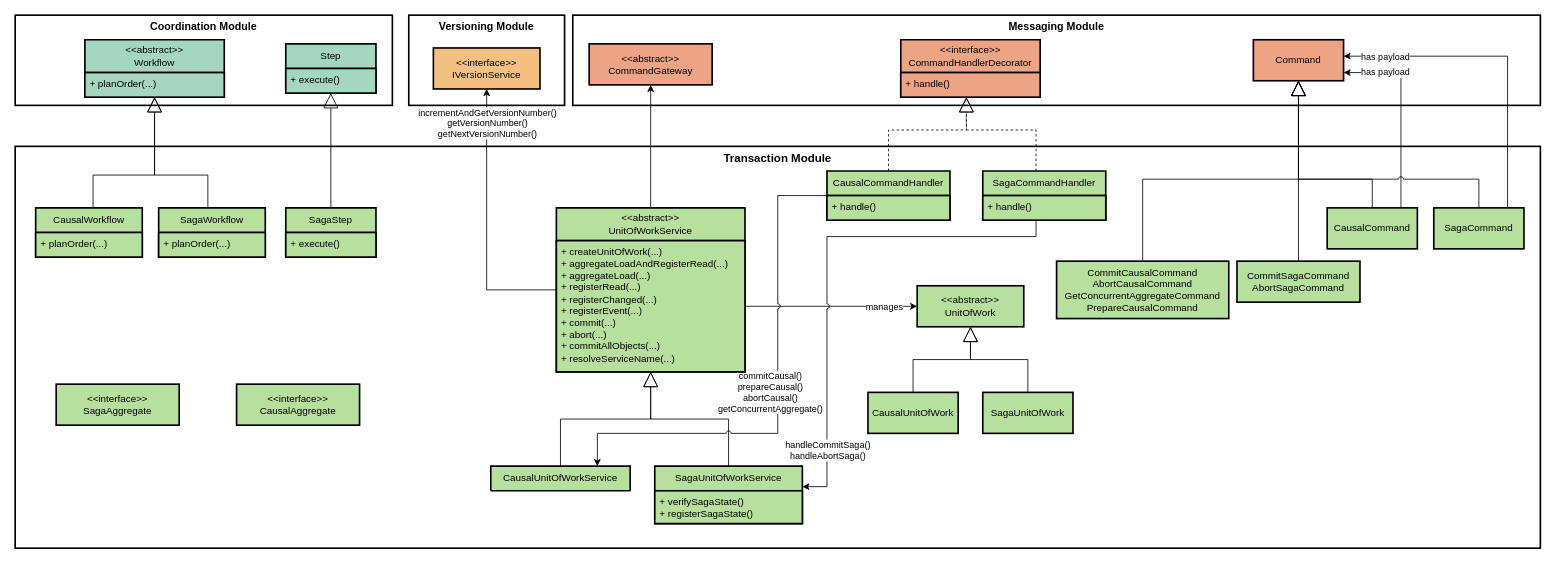
Before: data/figs/architecture/layers/layers_transaction_v2.drawio in socialsoftware/microservices-simulator, a draw.io diagram. Source tidied: cells renumbered, new cells numbered last; positions are measured from the earlier drawing's top-left corner, leaving out a move shared by most shapes. Both pictures are drawn from the tidied source at 82%, with x=0, y=0 at pixel (15, 15).
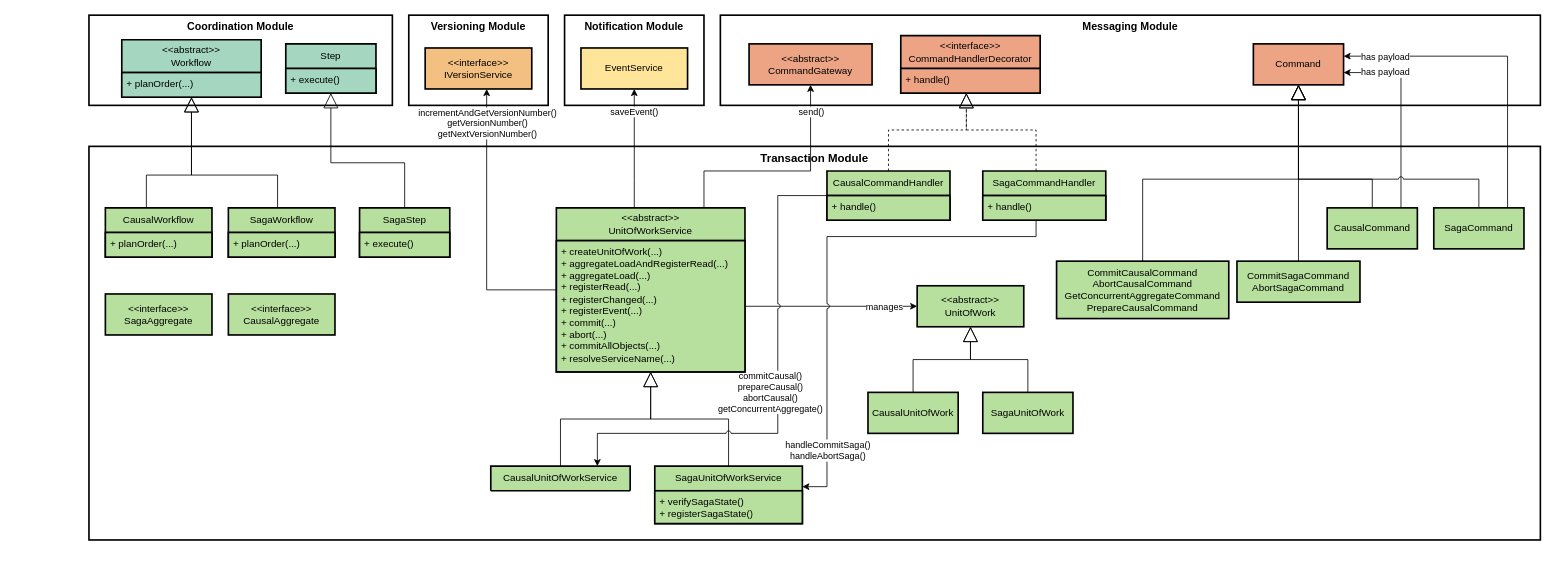
The same diagram, later.

The change refers to these unchanged cells:
```xml
<mxCell id="38" value="&amp;lt;&amp;lt;abstract&amp;gt;&amp;gt;&lt;div&gt;UnitOfWorkService&lt;/div&gt;" style="swimlane;fontStyle=0;horizontal=1;startSize=40;whiteSpace=wrap;html=1;strokeWidth=2;fillColor=#B7DF9E;strokeColor=default;" parent="1" vertex="1">
  <mxGeometry x="660" y="235" width="230" height="200" as="geometry" />
</mxCell>
<mxCell id="60" value="Step" style="swimlane;fontStyle=0;horizontal=1;startSize=30;whiteSpace=wrap;html=1;strokeWidth=2;fillColor=#A5D6BF;strokeColor=default;" parent="1" vertex="1">
  <mxGeometry x="330" y="35" width="110" height="60" as="geometry" />
</mxCell>
```

Change to the diagram source:
```diff
@@
+    <mxCell id="66" value="Notification Module" style="whiteSpace=wrap;strokeWidth=2;verticalAlign=top;fontSize=13;fontStyle=1;" parent="1" vertex="1">
+      <mxGeometry x="670" width="170" height="110" as="geometry" />
+    </mxCell>
     <mxCell id="2" value="Messaging Module" style="whiteSpace=wrap;strokeWidth=2;verticalAlign=top;fontSize=13;fontStyle=1;" parent="1" vertex="1">
-      <mxGeometry x="680" width="1180" height="110" as="geometry" />
+      <mxGeometry x="860" width="1000" height="110" as="geometry" />
     </mxCell>
     <mxCell id="3" value="Transaction Module" style="whiteSpace=wrap;strokeWidth=2;verticalAlign=top;fontSize=14;fontStyle=1;" parent="1" vertex="1">
-      <mxGeometry y="160" width="1860" height="490" as="geometry" />
+      <mxGeometry x="90" y="160" width="1770" height="480" as="geometry" />
     </mxCell>
     <mxCell id="4" value="Coordination Module" style="whiteSpace=wrap;strokeWidth=2;verticalAlign=top;fontSize=13;fontStyle=1;" parent="1" vertex="1">
-      <mxGeometry width="460" height="110" as="geometry" />
+      <mxGeometry x="90" width="370" height="110" as="geometry" />
     </mxCell>
@@
     <mxCell id="7" value="&lt;&lt;interface&gt;&gt;&#10;SagaAggregate" style="whiteSpace=wrap;strokeWidth=2;fillColor=#B7DF9E;strokeColor=#000000;" parent="1" vertex="1">
-      <mxGeometry x="50" y="450" width="150" height="50" as="geometry" />
+      <mxGeometry x="110" y="340" width="130" height="50" as="geometry" />
     </mxCell>
@@
     <mxCell id="10" value="&lt;&lt;interface&gt;&gt;&#10;CausalAggregate" style="whiteSpace=wrap;strokeWidth=2;fillColor=#B7DF9E;strokeColor=#000000;" parent="1" vertex="1">
-      <mxGeometry x="270" y="450" width="150" height="50" as="geometry" />
+      <mxGeometry x="260" y="340" width="130" height="50" as="geometry" />
     </mxCell>
@@
     <mxCell id="17" style="startArrow=none;endArrow=block;rounded=0;endFill=0;edgeStyle=orthogonalEdgeStyle;jumpStyle=arc;curved=0;endSize=16;strokeWidth=1;flowAnimation=0;" parent="1" edge="1" source="52" target="56">
       <mxGeometry relative="1" as="geometry">
         <Array as="points">
-          <mxPoint x="235" y="195" />
-          <mxPoint x="170" y="195" />
+          <mxPoint x="320" y="195" />
+          <mxPoint x="215" y="195" />
         </Array>
       </mxGeometry>
     </mxCell>
     <mxCell id="18" style="startArrow=none;endArrow=block;rounded=0;endFill=0;edgeStyle=orthogonalEdgeStyle;jumpStyle=arc;curved=0;endSize=16;strokeWidth=1;flowAnimation=0;" parent="1" edge="1" source="58" target="60">
-      <mxGeometry relative="1" as="geometry" />
+      <mxGeometry relative="1" as="geometry">
+        <Array as="points">
+          <mxPoint x="475" y="180" />
+          <mxPoint x="385" y="180" />
+        </Array>
+      </mxGeometry>
     </mxCell>
@@
     <mxCell id="24" style="startArrow=none;endArrow=block;rounded=0;endFill=0;edgeStyle=orthogonalEdgeStyle;jumpStyle=arc;curved=0;endSize=16;strokeWidth=1;flowAnimation=0;" parent="1" edge="1" source="54" target="56">
       <mxGeometry relative="1" as="geometry">
         <Array as="points">
-          <mxPoint x="95" y="195" />
-          <mxPoint x="170" y="195" />
+          <mxPoint x="160" y="195" />
+          <mxPoint x="215" y="195" />
         </Array>
       </mxGeometry>
     </mxCell>
@@
     <mxCell id="27" value="Versioning Module" style="whiteSpace=wrap;strokeWidth=2;verticalAlign=top;fontSize=13;fontStyle=1;" parent="1" vertex="1">
-      <mxGeometry x="480" width="190" height="110" as="geometry" />
+      <mxGeometry x="480" width="170" height="110" as="geometry" />
     </mxCell>
     <mxCell id="28" value="&lt;&lt;abstract&gt;&gt;&#10;CommandGateway" style="whiteSpace=wrap;strokeWidth=2;fillColor=#ECA485;strokeColor=#000000;" parent="1" vertex="1">
-      <mxGeometry x="700" y="35" width="150" height="50" as="geometry" />
+      <mxGeometry x="895" y="35" width="150" height="50" as="geometry" />
     </mxCell>
     <mxCell id="29" value="&lt;&lt;interface&gt;&gt;&#10;IVersionService" style="whiteSpace=wrap;strokeWidth=2;fillColor=#F3C082;strokeColor=#000000;" parent="1" vertex="1">
-      <mxGeometry x="510" y="40" width="130" height="50" as="geometry" />
+      <mxGeometry x="500" y="40" width="130" height="50" as="geometry" />
     </mxCell>
     <mxCell id="30" value="Command" style="whiteSpace=wrap;strokeWidth=2;fillColor=#ECA485;strokeColor=#000000;" parent="1" vertex="1">
-      <mxGeometry x="1510" y="30" width="110" height="50" as="geometry" />
+      <mxGeometry x="1510" y="35" width="110" height="50" as="geometry" />
     </mxCell>
@@
     <mxCell id="33" style="edgeStyle=orthogonalEdgeStyle;rounded=0;jettySize=auto;html=1;strokeWidth=1;jumpStyle=arc;curved=0;" parent="1" edge="1" source="38" target="28">
       <mxGeometry relative="1" as="geometry">
         <Array as="points">
-          <mxPoint x="775" y="110" />
-          <mxPoint x="775" y="110" />
+          <mxPoint x="840" y="190" />
+          <mxPoint x="970" y="190" />
         </Array>
       </mxGeometry>
     </mxCell>
+    <mxCell id="67" value="send()" style="edgeLabel;html=1;align=center;verticalAlign=middle;" parent="33" vertex="1">
+      <mxGeometry x="0.64" relative="1" as="geometry">
+        <mxPoint y="-18" as="offset" />
+      </mxGeometry>
+    </mxCell>
@@
+    <mxCell id="68" style="edgeStyle=orthogonalEdgeStyle;rounded=0;jettySize=auto;html=1;" parent="1" edge="1" source="38" target="70">
+      <mxGeometry relative="1" as="geometry">
+        <Array as="points">
+          <mxPoint x="755" y="200" />
+          <mxPoint x="755" y="200" />
+        </Array>
+      </mxGeometry>
+    </mxCell>
+    <mxCell id="69" value="saveEvent()" style="edgeLabel;html=1;align=center;verticalAlign=middle;" parent="68" vertex="1">
+      <mxGeometry x="0.53" y="1" relative="1" as="geometry">
+        <mxPoint y="-7" as="offset" />
+      </mxGeometry>
+    </mxCell>
@@
     <mxCell id="52" value="SagaWorkflow" style="swimlane;fontStyle=0;horizontal=1;startSize=30;whiteSpace=wrap;html=1;strokeWidth=2;fillColor=#B7DF9E;strokeColor=default;" parent="1" vertex="1">
-      <mxGeometry x="175" y="235" width="130" height="60" as="geometry" />
+      <mxGeometry x="260" y="235" width="130" height="60" as="geometry" />
     </mxCell>
@@
     <mxCell id="54" value="CausalWorkflow" style="swimlane;fontStyle=0;horizontal=1;startSize=30;whiteSpace=wrap;html=1;strokeWidth=2;fillColor=#B7DF9E;strokeColor=default;" parent="1" vertex="1">
-      <mxGeometry x="25" y="235" width="130" height="60" as="geometry" />
+      <mxGeometry x="110" y="235" width="130" height="60" as="geometry" />
     </mxCell>
@@
     <mxCell id="56" value="&amp;lt;&amp;lt;abstract&amp;gt;&amp;gt;&lt;br style=&quot;padding: 0px; margin: 0px;&quot;&gt;Workflow" style="swimlane;fontStyle=0;horizontal=1;startSize=40;whiteSpace=wrap;html=1;strokeWidth=2;fillColor=#A5D6BF;strokeColor=default;" parent="1" vertex="1">
-      <mxGeometry x="85" y="30" width="170" height="70" as="geometry" />
+      <mxGeometry x="130" y="30" width="170" height="70" as="geometry" />
     </mxCell>
@@
     <mxCell id="58" value="SagaStep" style="swimlane;fontStyle=0;horizontal=1;startSize=30;whiteSpace=wrap;html=1;strokeWidth=2;fillColor=#B7DF9E;strokeColor=default;" parent="1" vertex="1">
-      <mxGeometry x="330" y="235" width="110" height="60" as="geometry" />
+      <mxGeometry x="420" y="235" width="110" height="60" as="geometry" />
     </mxCell>
@@
     <mxCell id="62" value="&amp;lt;&amp;lt;interface&amp;gt;&amp;gt;&lt;br style=&quot;padding: 0px; margin: 0px;&quot;&gt;CommandHandlerDecorator" style="swimlane;fontStyle=0;horizontal=1;startSize=40;whiteSpace=wrap;html=1;strokeWidth=2;fillColor=#ECA485;strokeColor=default;" parent="1" vertex="1">
-      <mxGeometry x="1080" y="30" width="170" height="70" as="geometry" />
+      <mxGeometry x="1080" y="25" width="170" height="70" as="geometry" />
     </mxCell>
@@
+    <mxCell id="70" value="EventService" style="whiteSpace=wrap;strokeWidth=2;fillColor=#FFE599;strokeColor=#000000;" parent="1" vertex="1">
+      <mxGeometry x="690" y="40" width="130" height="50" as="geometry" />
+    </mxCell>
```
